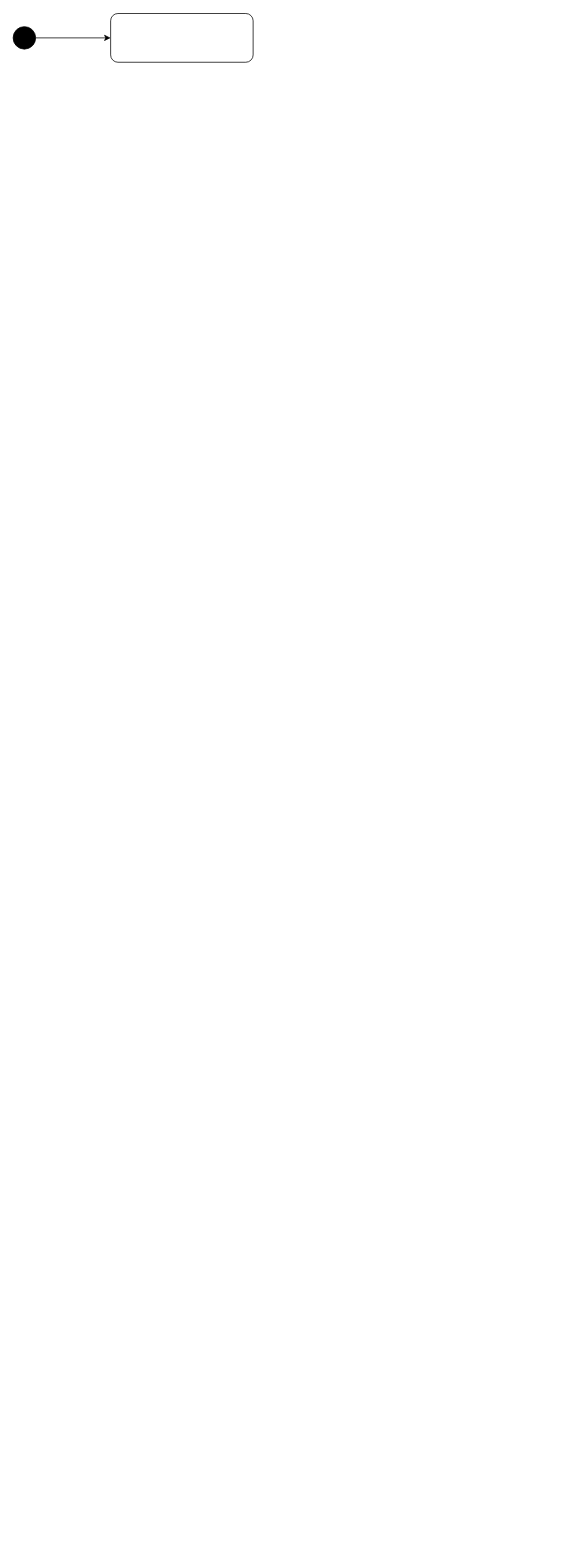
martinoak/culs-diagrams-net keeps this draw.io diagram as Diagram-Aktivit.drawio. Above is the earlier version. Source tidied: cells renumbered, new cells numbered last; positions are measured from the earlier drawing's top-left corner, leaving out a move shared by most shapes. Both pictures are drawn from the tidied source at 75%, with x=0, y=0 at pixel (13, 13).
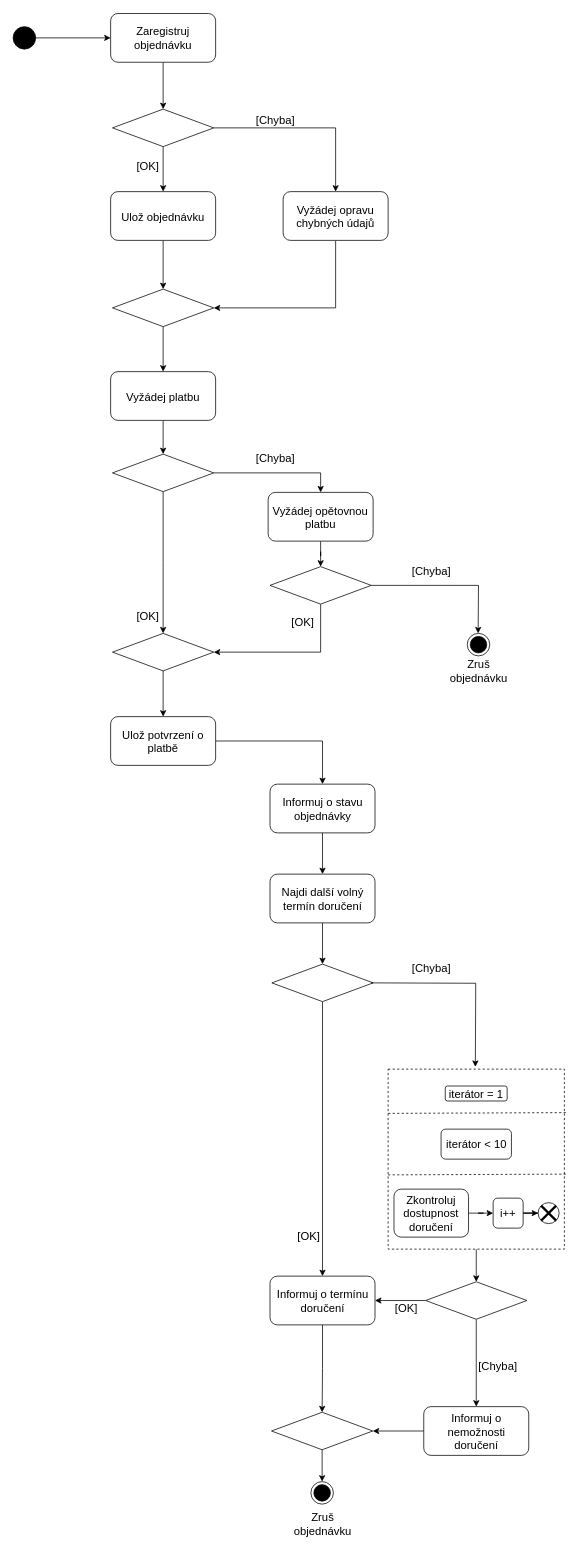
The same page after the edit.

The edit, as a diff of the source:
```diff
@@
+    <mxCell id="5" style="edgeStyle=orthogonalEdgeStyle;rounded=0;jettySize=auto;html=1;entryX=0.5;entryY=0;entryDx=0;entryDy=0;fontSize=15;" parent="1" edge="1" source="4" target="10">
+      <mxGeometry relative="1" as="geometry" />
+    </mxCell>
-    <mxCell id="4" style="rounded=1;whiteSpace=wrap;html=1;fillColor=#FFFFFF;" parent="1" vertex="1">
-      <mxGeometry x="130" y="0.5" width="190" height="65" as="geometry" />
+    <mxCell id="4" value="&lt;font style=&quot;font-size: 15px;&quot;&gt;Zaregistruj objednávku&lt;/font&gt;" style="rounded=1;whiteSpace=wrap;html=1;fillColor=#FFFFFF;" parent="1" vertex="1">
+      <mxGeometry x="130" y="0.5" width="140" height="65" as="geometry" />
     </mxCell>
+    <mxCell id="6" style="edgeStyle=orthogonalEdgeStyle;rounded=0;jettySize=auto;html=1;entryX=0.5;entryY=0;entryDx=0;entryDy=0;fontSize=15;" parent="1" edge="1" source="7" target="16">
+      <mxGeometry relative="1" as="geometry" />
+    </mxCell>
+    <mxCell id="7" value="&lt;span style=&quot;font-size: 15px;&quot;&gt;Ulož objednávku&lt;/span&gt;" style="rounded=1;whiteSpace=wrap;html=1;fillColor=#FFFFFF;" parent="1" vertex="1">
+      <mxGeometry x="130" y="238" width="140" height="65" as="geometry" />
+    </mxCell>
+    <mxCell id="8" style="edgeStyle=orthogonalEdgeStyle;rounded=0;jettySize=auto;html=1;entryX=0.5;entryY=0;entryDx=0;entryDy=0;fontSize=15;" parent="1" edge="1" source="10" target="7">
+      <mxGeometry relative="1" as="geometry" />
+    </mxCell>
+    <mxCell id="9" style="edgeStyle=orthogonalEdgeStyle;rounded=0;jettySize=auto;html=1;entryX=0.5;entryY=0;entryDx=0;entryDy=0;fontSize=15;" parent="1" edge="1" source="10" target="14">
+      <mxGeometry relative="1" as="geometry" />
+    </mxCell>
+    <mxCell id="10" style="rhombus;whiteSpace=wrap;html=1;fontSize=15;fillColor=#FFFFFF;" parent="1" vertex="1">
+      <mxGeometry x="132.5" y="128" width="135" height="50" as="geometry" />
+    </mxCell>
+    <mxCell id="11" value="[OK]" style="text;html=1;strokeColor=none;fillColor=none;align=center;verticalAlign=middle;whiteSpace=wrap;rounded=0;fontSize=15;" parent="1" vertex="1">
+      <mxGeometry x="150" y="188" width="60" height="30" as="geometry" />
+    </mxCell>
+    <mxCell id="12" value="[Chyba]" style="text;html=1;strokeColor=none;fillColor=none;align=center;verticalAlign=middle;whiteSpace=wrap;rounded=0;fontSize=15;" parent="1" vertex="1">
+      <mxGeometry x="320" y="127" width="60" height="30" as="geometry" />
+    </mxCell>
+    <mxCell id="13" style="edgeStyle=orthogonalEdgeStyle;rounded=0;jettySize=auto;html=1;entryX=1;entryY=0.5;entryDx=0;entryDy=0;fontSize=15;exitX=0.5;exitY=1;exitDx=0;exitDy=0;" parent="1" edge="1" source="14" target="16">
+      <mxGeometry relative="1" as="geometry" />
+    </mxCell>
+    <mxCell id="14" value="&lt;font style=&quot;font-size: 15px;&quot;&gt;Vyžádej opravu chybných údajů&lt;/font&gt;" style="rounded=1;whiteSpace=wrap;html=1;fillColor=#FFFFFF;" parent="1" vertex="1">
+      <mxGeometry x="360" y="238" width="140" height="65" as="geometry" />
+    </mxCell>
+    <mxCell id="15" style="edgeStyle=orthogonalEdgeStyle;rounded=0;jettySize=auto;html=1;entryX=0.5;entryY=0;entryDx=0;entryDy=0;fontSize=15;" parent="1" edge="1" source="16" target="18">
+      <mxGeometry relative="1" as="geometry" />
+    </mxCell>
+    <mxCell id="16" style="rhombus;whiteSpace=wrap;html=1;fontSize=15;fillColor=#FFFFFF;" parent="1" vertex="1">
+      <mxGeometry x="132.5" y="368" width="135" height="50" as="geometry" />
+    </mxCell>
+    <mxCell id="17" style="edgeStyle=orthogonalEdgeStyle;rounded=0;jettySize=auto;html=1;entryX=0.5;entryY=0;entryDx=0;entryDy=0;fontSize=15;" parent="1" edge="1" source="18" target="21">
+      <mxGeometry relative="1" as="geometry" />
+    </mxCell>
+    <mxCell id="18" value="&lt;span style=&quot;font-size: 15px;&quot;&gt;Vyžádej platbu&lt;/span&gt;" style="rounded=1;whiteSpace=wrap;html=1;fillColor=#FFFFFF;" parent="1" vertex="1">
+      <mxGeometry x="130" y="478" width="140" height="65" as="geometry" />
+    </mxCell>
+    <mxCell id="19" style="edgeStyle=orthogonalEdgeStyle;rounded=0;jettySize=auto;html=1;entryX=0.5;entryY=0;entryDx=0;entryDy=0;fontSize=15;" parent="1" edge="1" source="21">
+      <mxGeometry relative="1" as="geometry">
+        <mxPoint x="200" y="827" as="targetPoint" />
+      </mxGeometry>
+    </mxCell>
+    <mxCell id="20" style="edgeStyle=orthogonalEdgeStyle;rounded=0;jettySize=auto;html=1;fontSize=15;" parent="1" edge="1" source="21" target="25">
+      <mxGeometry relative="1" as="geometry" />
+    </mxCell>
+    <mxCell id="21" style="rhombus;whiteSpace=wrap;html=1;fontSize=15;fillColor=#FFFFFF;" parent="1" vertex="1">
+      <mxGeometry x="132.5" y="588" width="135" height="50" as="geometry" />
+    </mxCell>
+    <mxCell id="22" value="[OK]" style="text;html=1;strokeColor=none;fillColor=none;align=center;verticalAlign=middle;whiteSpace=wrap;rounded=0;fontSize=15;" parent="1" vertex="1">
+      <mxGeometry x="150" y="788" width="60" height="30" as="geometry" />
+    </mxCell>
+    <mxCell id="23" value="[Chyba]" style="text;html=1;strokeColor=none;fillColor=none;align=center;verticalAlign=middle;whiteSpace=wrap;rounded=0;fontSize=15;" parent="1" vertex="1">
+      <mxGeometry x="320" y="578" width="60" height="30" as="geometry" />
+    </mxCell>
+    <mxCell id="24" style="edgeStyle=orthogonalEdgeStyle;rounded=0;jettySize=auto;html=1;entryX=0.5;entryY=0;entryDx=0;entryDy=0;fontSize=15;" parent="1" edge="1" source="25" target="28">
+      <mxGeometry relative="1" as="geometry" />
+    </mxCell>
+    <mxCell id="25" value="&lt;span style=&quot;font-size: 15px;&quot;&gt;Vyžádej opětovnou platbu&lt;/span&gt;" style="rounded=1;whiteSpace=wrap;html=1;fillColor=#FFFFFF;" parent="1" vertex="1">
+      <mxGeometry x="340" y="639" width="140" height="65" as="geometry" />
+    </mxCell>
+    <mxCell id="26" style="edgeStyle=orthogonalEdgeStyle;rounded=0;jettySize=auto;html=1;fontSize=15;entryX=0.5;entryY=0;entryDx=0;entryDy=0;" parent="1" edge="1" source="28">
+      <mxGeometry relative="1" as="geometry">
+        <mxPoint x="620" y="827" as="targetPoint" />
+      </mxGeometry>
+    </mxCell>
+    <mxCell id="27" style="edgeStyle=orthogonalEdgeStyle;rounded=0;jettySize=auto;html=1;entryX=1;entryY=0.5;entryDx=0;entryDy=0;fontSize=15;" parent="1" edge="1" source="28" target="69">
+      <mxGeometry relative="1" as="geometry">
+        <Array as="points">
+          <mxPoint x="410" y="852" />
+        </Array>
+      </mxGeometry>
+    </mxCell>
+    <mxCell id="28" style="rhombus;whiteSpace=wrap;html=1;fontSize=15;fillColor=#FFFFFF;" parent="1" vertex="1">
+      <mxGeometry x="342.5" y="738" width="135" height="50" as="geometry" />
+    </mxCell>
+    <mxCell id="29" value="[OK]" style="text;html=1;strokeColor=none;fillColor=none;align=center;verticalAlign=middle;whiteSpace=wrap;rounded=0;fontSize=15;" parent="1" vertex="1">
+      <mxGeometry x="360" y="796" width="52.5" height="31" as="geometry" />
+    </mxCell>
+    <mxCell id="30" value="[Chyba]" style="text;html=1;strokeColor=none;fillColor=none;align=center;verticalAlign=middle;whiteSpace=wrap;rounded=0;fontSize=15;" parent="1" vertex="1">
+      <mxGeometry x="527.5" y="728" width="60" height="30" as="geometry" />
+    </mxCell>
+    <mxCell id="31" style="edgeStyle=orthogonalEdgeStyle;rounded=0;jettySize=auto;html=1;fontSize=15;entryX=0.5;entryY=0;entryDx=0;entryDy=0;exitX=1;exitY=0.5;exitDx=0;exitDy=0;" parent="1" edge="1" source="70" target="33">
+      <mxGeometry relative="1" as="geometry" />
+    </mxCell>
+    <mxCell id="32" style="edgeStyle=orthogonalEdgeStyle;rounded=0;jettySize=auto;html=1;fontSize=15;" parent="1" edge="1" source="33" target="35">
+      <mxGeometry relative="1" as="geometry" />
+    </mxCell>
+    <mxCell id="33" value="&lt;span style=&quot;font-size: 15px;&quot;&gt;Informuj o stavu objednávky&lt;/span&gt;" style="rounded=1;whiteSpace=wrap;html=1;fillColor=#FFFFFF;" parent="1" vertex="1">
+      <mxGeometry x="342.5" y="1028" width="140" height="65" as="geometry" />
+    </mxCell>
+    <mxCell id="34" style="edgeStyle=orthogonalEdgeStyle;rounded=0;jettySize=auto;html=1;entryX=0.5;entryY=0;entryDx=0;entryDy=0;fontSize=15;" parent="1" edge="1" source="35" target="37">
+      <mxGeometry relative="1" as="geometry" />
+    </mxCell>
+    <mxCell id="35" value="&lt;span style=&quot;font-size: 15px;&quot;&gt;Najdi další volný termín doručení&lt;/span&gt;" style="rounded=1;whiteSpace=wrap;html=1;fillColor=#FFFFFF;" parent="1" vertex="1">
+      <mxGeometry x="342.5" y="1148" width="140" height="65" as="geometry" />
+    </mxCell>
+    <mxCell id="36" style="edgeStyle=orthogonalEdgeStyle;rounded=0;jettySize=auto;html=1;entryX=0.5;entryY=0;entryDx=0;entryDy=0;fontSize=15;exitX=0.5;exitY=1;exitDx=0;exitDy=0;" parent="1" edge="1" source="37" target="42">
+      <mxGeometry relative="1" as="geometry" />
+    </mxCell>
+    <mxCell id="37" style="rhombus;whiteSpace=wrap;html=1;fontSize=15;fillColor=#FFFFFF;" parent="1" vertex="1">
+      <mxGeometry x="345" y="1268" width="135" height="50" as="geometry" />
+    </mxCell>
+    <mxCell id="38" style="edgeStyle=orthogonalEdgeStyle;rounded=0;orthogonalLoop=1;jettySize=auto;html=1;fontSize=15;entryX=0.545;entryY=-0.046;entryDx=0;entryDy=0;entryPerimeter=0;" parent="1" edge="1">
+      <mxGeometry relative="1" as="geometry">
+        <mxPoint x="477.5" y="1293" as="sourcePoint" />
+        <mxPoint x="616.3" y="1405" as="targetPoint" />
+      </mxGeometry>
+    </mxCell>
+    <mxCell id="39" value="[OK]" style="text;html=1;strokeColor=none;fillColor=none;align=center;verticalAlign=middle;whiteSpace=wrap;rounded=0;fontSize=15;" parent="1" vertex="1">
+      <mxGeometry x="368" y="1614" width="52.5" height="31" as="geometry" />
+    </mxCell>
+    <mxCell id="40" value="[Chyba]" style="text;html=1;strokeColor=none;fillColor=none;align=center;verticalAlign=middle;whiteSpace=wrap;rounded=0;fontSize=15;" parent="1" vertex="1">
+      <mxGeometry x="527.5" y="1258" width="60" height="30" as="geometry" />
+    </mxCell>
+    <mxCell id="41" style="edgeStyle=orthogonalEdgeStyle;rounded=0;jettySize=auto;html=1;entryX=0.5;entryY=0;entryDx=0;entryDy=0;fontSize=15;" parent="1" edge="1" source="42" target="64">
+      <mxGeometry relative="1" as="geometry" />
+    </mxCell>
+    <mxCell id="42" value="&lt;span style=&quot;font-size: 15px;&quot;&gt;Informuj o termínu doručení&lt;/span&gt;" style="rounded=1;whiteSpace=wrap;html=1;fillColor=#FFFFFF;" parent="1" vertex="1">
+      <mxGeometry x="342.5" y="1684" width="140" height="65" as="geometry" />
+    </mxCell>
+    <mxCell id="43" style="edgeStyle=orthogonalEdgeStyle;rounded=0;jettySize=auto;html=1;entryX=0.5;entryY=0;entryDx=0;entryDy=0;fontSize=15;" parent="1" edge="1" source="44" target="58">
+      <mxGeometry relative="1" as="geometry" />
+    </mxCell>
+    <mxCell id="44" style="rounded=0;whiteSpace=wrap;html=1;fontSize=15;fillColor=#FFFFFF;dashed=1;strokeWidth=1;" parent="1" vertex="1">
+      <mxGeometry x="500" y="1408" width="235" height="240" as="geometry" />
+    </mxCell>
+    <mxCell id="45" value="&lt;span style=&quot;font-size: 15px;&quot;&gt;iterátor = 1&lt;/span&gt;" style="rounded=1;whiteSpace=wrap;html=1;fillColor=#FFFFFF;" parent="1" vertex="1">
+      <mxGeometry x="576.2" y="1430.5" width="82.5" height="20" as="geometry" />
+    </mxCell>
+    <mxCell id="46" style="endArrow=none;dashed=1;html=1;rounded=0;fontSize=15;" parent="1" edge="1" target="44">
+      <mxGeometry relative="1" as="geometry">
+        <mxPoint x="500" y="1480.5" as="sourcePoint" />
+      </mxGeometry>
+    </mxCell>
+    <mxCell id="47" style="endArrow=none;dashed=1;html=1;rounded=0;fontSize=15;entryX=1.011;entryY=0.329;entryDx=0;entryDy=0;entryPerimeter=0;" parent="1" edge="1">
+      <mxGeometry relative="1" as="geometry">
+        <mxPoint x="500" y="1467" as="sourcePoint" />
+        <mxPoint x="737.6" y="1466" as="targetPoint" />
+      </mxGeometry>
+    </mxCell>
+    <mxCell id="48" value="&lt;span style=&quot;font-size: 15px;&quot;&gt;iterátor &amp;lt; 10&lt;/span&gt;" style="rounded=1;whiteSpace=wrap;html=1;fillColor=#FFFFFF;" parent="1" vertex="1">
+      <mxGeometry x="570.6" y="1488" width="93.8" height="40" as="geometry" />
+    </mxCell>
+    <mxCell id="49" style="endArrow=none;dashed=1;html=1;rounded=0;fontSize=15;entryX=1.011;entryY=0.329;entryDx=0;entryDy=0;entryPerimeter=0;" parent="1" edge="1">
+      <mxGeometry relative="1" as="geometry">
+        <mxPoint x="500" y="1549" as="sourcePoint" />
+        <mxPoint x="737.6" y="1548" as="targetPoint" />
+      </mxGeometry>
+    </mxCell>
+    <mxCell id="50" style="edgeStyle=orthogonalEdgeStyle;rounded=0;jettySize=auto;html=1;fontSize=15;" parent="1" edge="1" source="51" target="53">
+      <mxGeometry relative="1" as="geometry" />
+    </mxCell>
+    <mxCell id="51" value="&lt;span style=&quot;font-size: 15px;&quot;&gt;Zkontroluj dostupnost doručení&lt;/span&gt;" style="rounded=1;whiteSpace=wrap;html=1;fillColor=#FFFFFF;" parent="1" vertex="1">
+      <mxGeometry x="507.8" y="1568" width="99.4" height="64" as="geometry" />
+    </mxCell>
+    <mxCell id="52" style="edgeStyle=orthogonalEdgeStyle;rounded=0;jettySize=auto;html=1;entryX=0;entryY=0.5;entryDx=0;entryDy=0;fontSize=15;" parent="1" edge="1" source="53" target="54">
+      <mxGeometry relative="1" as="geometry" />
+    </mxCell>
+    <mxCell id="53" value="&lt;span style=&quot;font-size: 15px;&quot;&gt;i++&lt;/span&gt;" style="rounded=1;whiteSpace=wrap;html=1;fillColor=#FFFFFF;" parent="1" vertex="1">
+      <mxGeometry x="640" y="1580" width="40" height="40" as="geometry" />
+    </mxCell>
+    <mxCell id="54" style="ellipse;whiteSpace=wrap;html=1;strokeWidth=1;fontSize=15;fillColor=#FFFFFF;" parent="1" vertex="1">
+      <mxGeometry x="700" y="1586" width="28" height="28" as="geometry" />
+    </mxCell>
+    <mxCell id="55" style="shape=umlDestroy;whiteSpace=wrap;html=1;strokeWidth=3;fontSize=15;fillColor=#FFFFFF;" parent="1" vertex="1">
+      <mxGeometry x="704" y="1590" width="20" height="20" as="geometry" />
+    </mxCell>
+    <mxCell id="56" style="edgeStyle=orthogonalEdgeStyle;rounded=0;jettySize=auto;html=1;entryX=1;entryY=0.5;entryDx=0;entryDy=0;fontSize=15;" parent="1" edge="1" source="58" target="42">
+      <mxGeometry relative="1" as="geometry" />
+    </mxCell>
+    <mxCell id="57" style="edgeStyle=orthogonalEdgeStyle;rounded=0;jettySize=auto;html=1;entryX=0.5;entryY=0;entryDx=0;entryDy=0;fontSize=15;" parent="1" edge="1" source="58" target="61">
+      <mxGeometry relative="1" as="geometry" />
+    </mxCell>
+    <mxCell id="58" style="rhombus;whiteSpace=wrap;html=1;fontSize=15;fillColor=#FFFFFF;" parent="1" vertex="1">
+      <mxGeometry x="550" y="1691.5" width="135" height="50" as="geometry" />
+    </mxCell>
+    <mxCell id="59" value="[OK]" style="text;html=1;strokeColor=none;fillColor=none;align=center;verticalAlign=middle;whiteSpace=wrap;rounded=0;fontSize=15;" parent="1" vertex="1">
+      <mxGeometry x="497.5" y="1710.5" width="52.5" height="31" as="geometry" />
+    </mxCell>
+    <mxCell id="60" style="edgeStyle=orthogonalEdgeStyle;rounded=0;jettySize=auto;html=1;entryX=1;entryY=0.5;entryDx=0;entryDy=0;fontSize=15;" parent="1" edge="1" source="61" target="64">
+      <mxGeometry relative="1" as="geometry" />
+    </mxCell>
+    <mxCell id="61" value="&lt;span style=&quot;font-size: 15px;&quot;&gt;Informuj o nemožnosti doručení&lt;/span&gt;" style="rounded=1;whiteSpace=wrap;html=1;fillColor=#FFFFFF;" parent="1" vertex="1">
+      <mxGeometry x="547.5" y="1858" width="140" height="65" as="geometry" />
+    </mxCell>
+    <mxCell id="62" value="[Chyba]" style="text;html=1;strokeColor=none;fillColor=none;align=center;verticalAlign=middle;whiteSpace=wrap;rounded=0;fontSize=15;" parent="1" vertex="1">
+      <mxGeometry x="620" y="1788" width="52.5" height="31" as="geometry" />
+    </mxCell>
+    <mxCell id="63" style="edgeStyle=orthogonalEdgeStyle;rounded=0;jettySize=auto;html=1;entryX=0.5;entryY=0;entryDx=0;entryDy=0;fontSize=15;" parent="1" edge="1" source="64" target="65">
+      <mxGeometry relative="1" as="geometry" />
+    </mxCell>
+    <mxCell id="64" style="rhombus;whiteSpace=wrap;html=1;fontSize=15;fillColor=#FFFFFF;" parent="1" vertex="1">
+      <mxGeometry x="344.5" y="1865.5" width="135" height="50" as="geometry" />
+    </mxCell>
+    <mxCell id="65" style="ellipse;html=1;shape=endState;fillColor=#000000;strokeColor=#000000;strokeWidth=1;fontSize=15;" parent="1" vertex="1">
+      <mxGeometry x="397" y="1958" width="30" height="30" as="geometry" />
+    </mxCell>
+    <mxCell id="66" style="ellipse;html=1;shape=endState;fillColor=#000000;strokeColor=#000000;strokeWidth=1;fontSize=15;" parent="1" vertex="1">
+      <mxGeometry x="605.5" y="827" width="30" height="30" as="geometry" />
+    </mxCell>
+    <mxCell id="67" value="Zruš objednávku" style="text;html=1;strokeColor=none;fillColor=none;align=center;verticalAlign=middle;whiteSpace=wrap;rounded=0;fontSize=15;" parent="1" vertex="1">
+      <mxGeometry x="577.6" y="861" width="85.8" height="31" as="geometry" />
+    </mxCell>
+    <mxCell id="68" style="edgeStyle=orthogonalEdgeStyle;rounded=0;jettySize=auto;html=1;entryX=0.5;entryY=0;entryDx=0;entryDy=0;fontSize=15;" parent="1" edge="1" source="69" target="70">
+      <mxGeometry relative="1" as="geometry" />
+    </mxCell>
+    <mxCell id="69" style="rhombus;whiteSpace=wrap;html=1;fontSize=15;fillColor=#FFFFFF;" parent="1" vertex="1">
+      <mxGeometry x="132.5" y="827" width="135" height="50" as="geometry" />
+    </mxCell>
+    <mxCell id="70" value="&lt;span style=&quot;font-size: 15px;&quot;&gt;Ulož potvrzení o platbě&lt;/span&gt;" style="rounded=1;whiteSpace=wrap;html=1;fillColor=#FFFFFF;" parent="1" vertex="1">
+      <mxGeometry x="130" y="938" width="140" height="65" as="geometry" />
+    </mxCell>
+    <mxCell id="71" value="Zruš objednávku" style="text;html=1;strokeColor=none;fillColor=none;align=center;verticalAlign=middle;whiteSpace=wrap;rounded=0;fontSize=15;" parent="1" vertex="1">
+      <mxGeometry x="369.6" y="1998" width="85.8" height="31" as="geometry" />
+    </mxCell>
```
